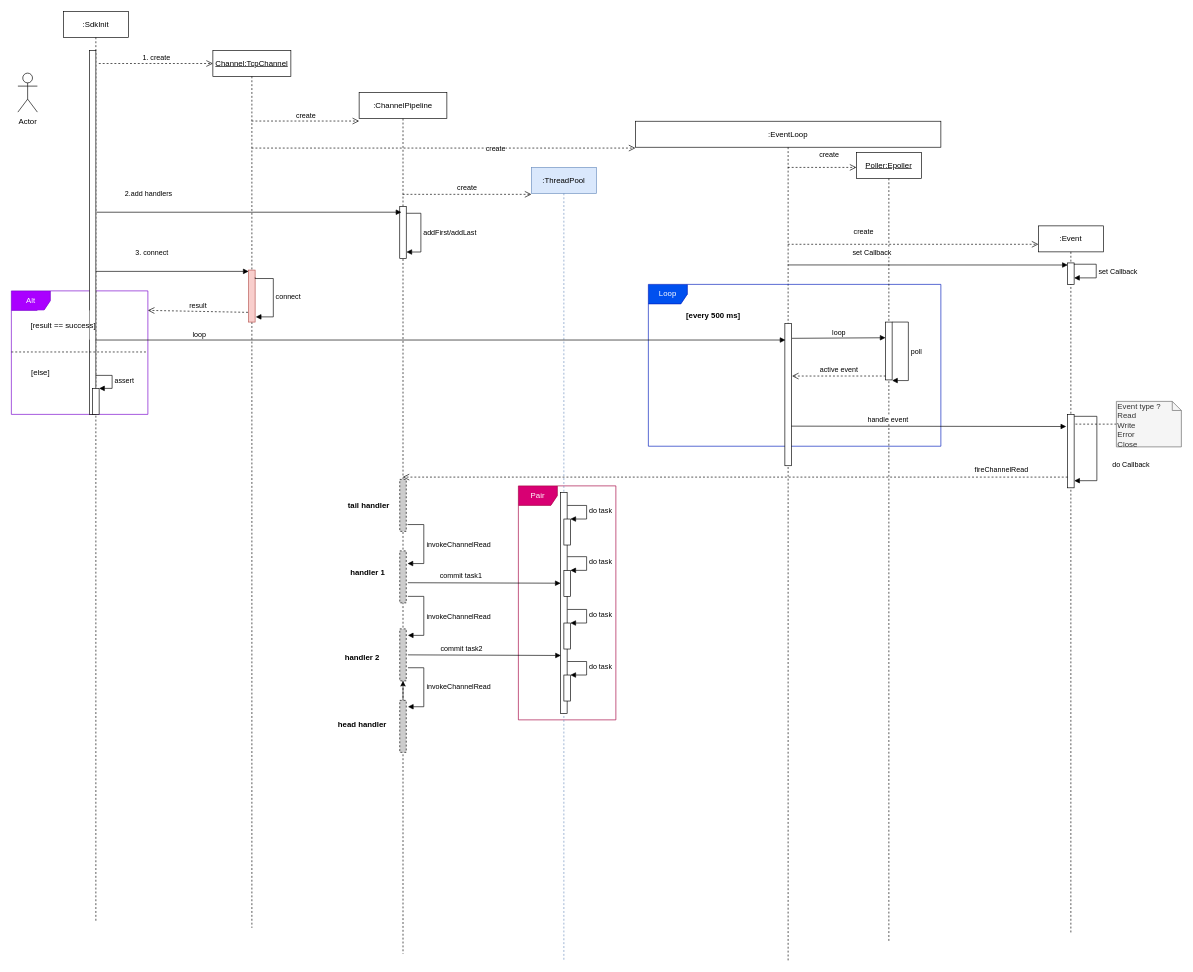
bingo787/draw keeps this draw.io diagram as page "UML序列图-Client端" (3 of 4) of transport.drawio. Above is the earlier version. Source tidied: cells renumbered, new cells numbered last; positions are measured from the earlier drawing's top-left corner, leaving out a move shared by most shapes. Both pictures are drawn from the tidied source at 65%, with x=0, y=0 at pixel (11, 11).
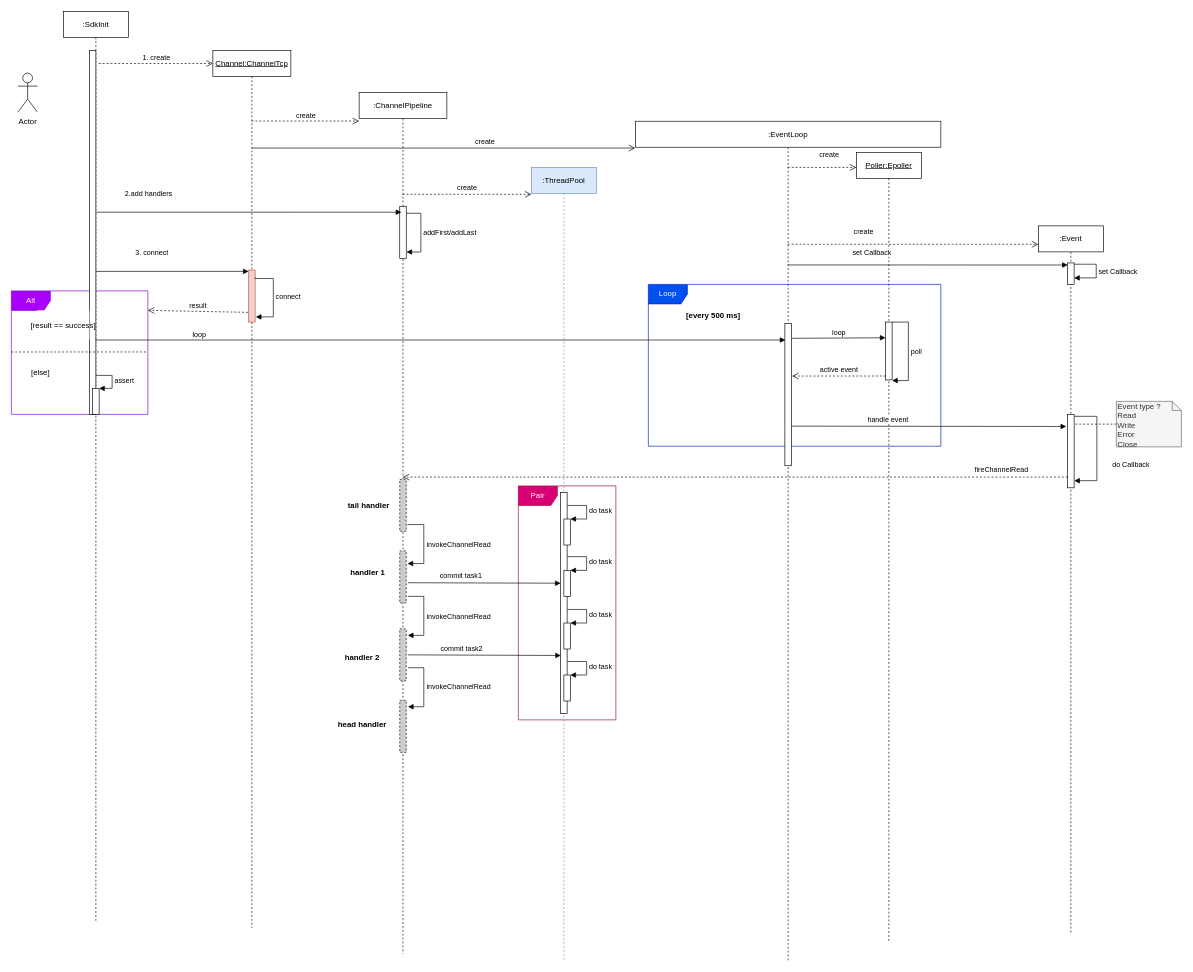
After the change.

Unchanged cells that the change refers to:
```xml
<mxCell id="2" style="group;" parent="1" vertex="1">
  <mxGeometry x="10" width="1790" height="1460" as="geometry" />
</mxCell>
<mxCell id="8" value=":EventLoop" style="shape=umlLifeline;perimeter=lifelinePerimeter;whiteSpace=wrap;html=1;outlineConnect=0;" parent="2" vertex="1">
  <mxGeometry x="950" y="169" width="470" height="1291" as="geometry" />
</mxCell>
<mxCell id="12" value=":ChannelPipeline" style="shape=umlLifeline;perimeter=lifelinePerimeter;whiteSpace=wrap;html=1;outlineConnect=0;" parent="2" vertex="1">
  <mxGeometry x="525" y="125" width="135" height="1325" as="geometry" />
</mxCell>
<mxCell id="13" style="html=1;points=[];perimeter=orthogonalPerimeter;dashed=1;fillColor=#CCCCCC;" parent="12" vertex="1">
  <mxGeometry x="62.5" y="825" width="10" height="80" as="geometry" />
</mxCell>
<mxCell id="15" style="html=1;points=[];perimeter=orthogonalPerimeter;dashed=1;fillColor=#CCCCCC;" parent="12" vertex="1">
  <mxGeometry x="62.5" y="935" width="10" height="80" as="geometry" />
</mxCell>
```

Change to the diagram source:
```diff
@@
-    <mxCell id="5" value="Channel:TcpChannel" style="shape=umlLifeline;perimeter=lifelinePerimeter;whiteSpace=wrap;html=1;outlineConnect=0;fontStyle=4;" parent="2" vertex="1">
+    <mxCell id="5" value="Channel:ChannelTcp" style="shape=umlLifeline;perimeter=lifelinePerimeter;whiteSpace=wrap;html=1;outlineConnect=0;fontStyle=4;" parent="2" vertex="1">
       <mxGeometry x="300" y="60" width="120" height="1350" as="geometry" />
     </mxCell>
@@
-    <mxCell id="14" style="edgeStyle=none;rounded=0;jettySize=auto;html=1;fontColor=#000000;" parent="12" edge="1" source="15" target="13">
-      <mxGeometry relative="1" as="geometry" />
-    </mxCell>
@@
-    <mxCell id="19" value="create" style="html=1;verticalAlign=bottom;endArrow=open;dashed=1;endSize=8;entryX=0;entryY=0.032;entryDx=0;entryDy=0;entryPerimeter=0;" parent="2" edge="1" source="5" target="8">
-      <mxGeometry x="0.27" y="-10" relative="1" as="geometry" />
+    <mxCell id="19" value="create&amp;nbsp;" style="html=1;verticalAlign=bottom;endArrow=open;endSize=8;entryX=0;entryY=0.032;entryDx=0;entryDy=0;entryPerimeter=0;fillColor=#e51400;strokeColor=#000000;" parent="2" edge="1" source="5" target="8">
+      <mxGeometry x="0.22" relative="1" as="geometry" />
     </mxCell>
```
